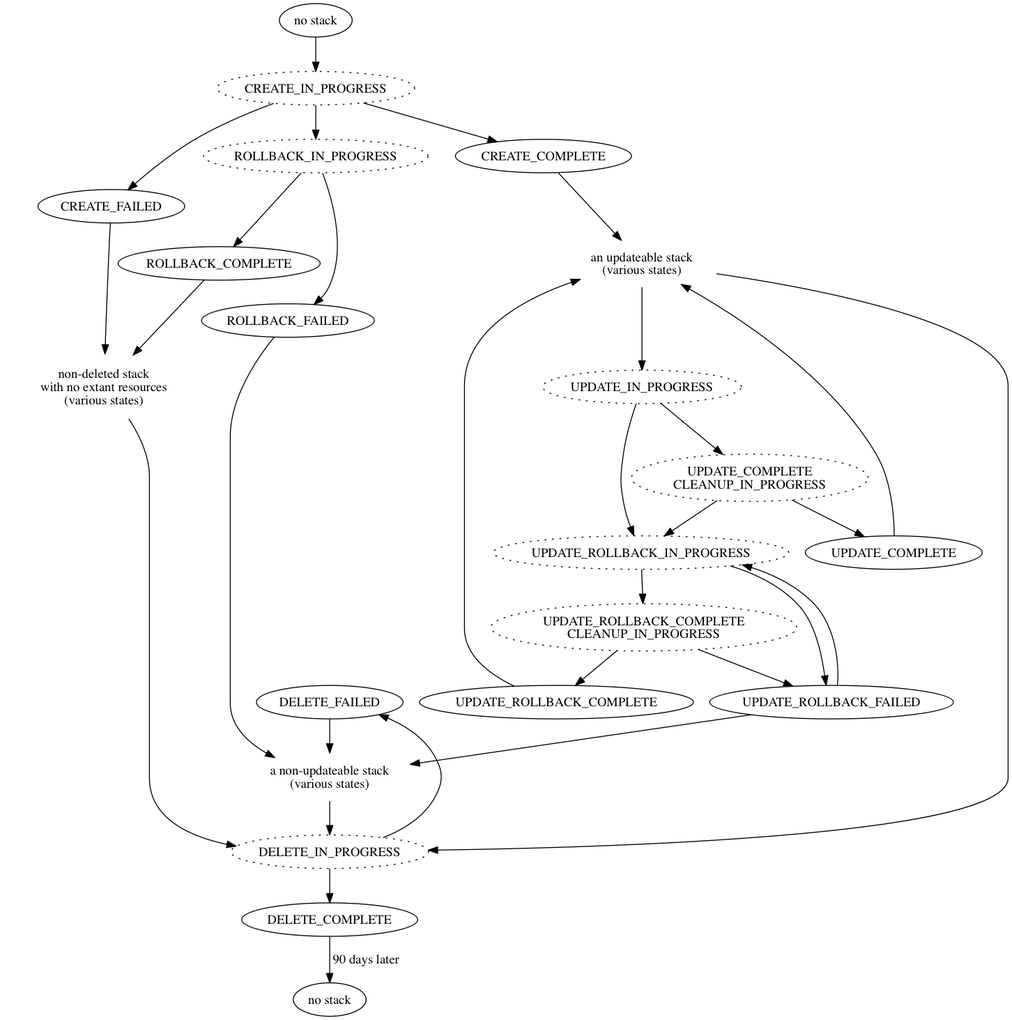
Before: all-states.png, a diagram exported from Graphviz (rvedotrc/aws-cloudformation-stack-states). Its source is kept beside it as all-states.dot.
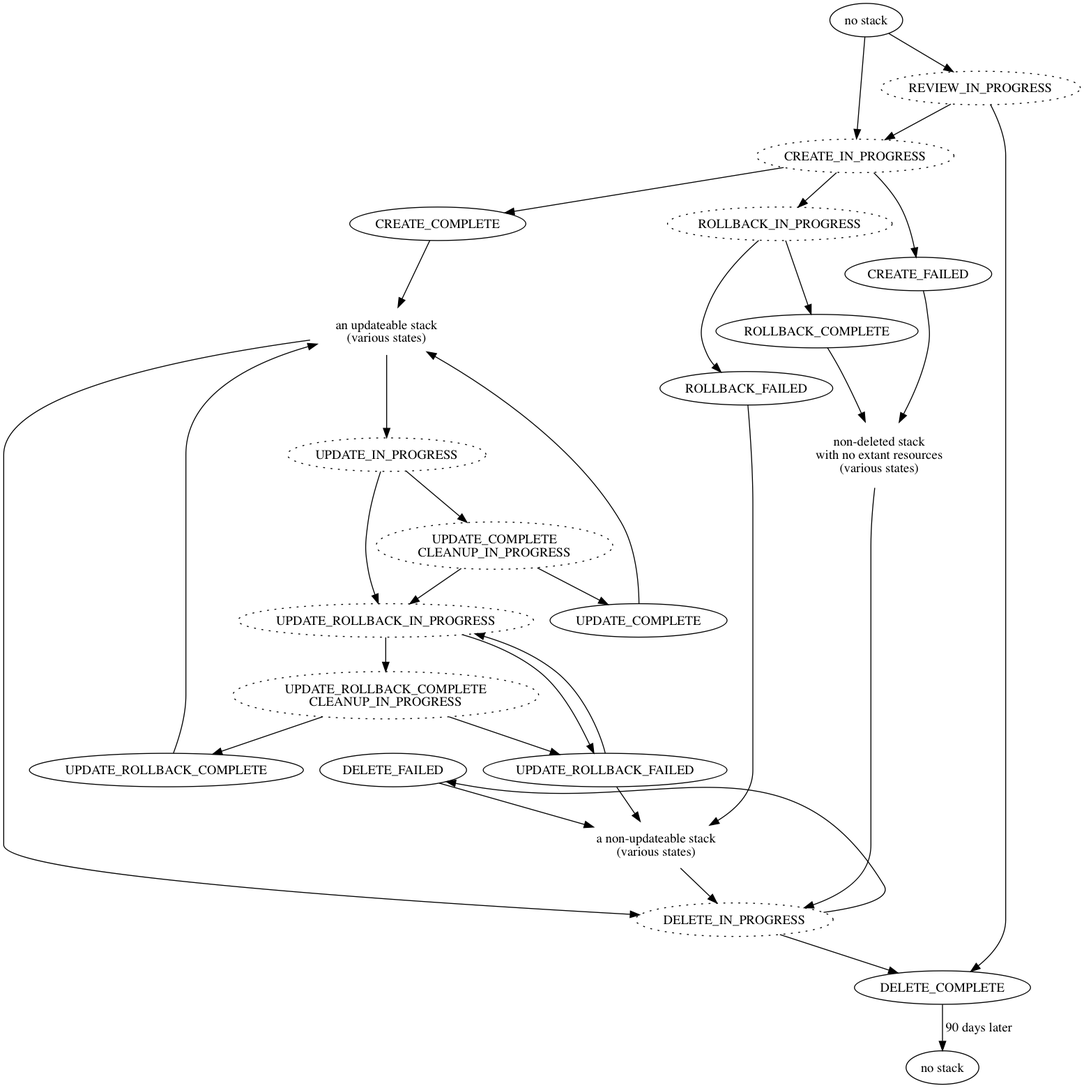
After the change.

Commit message:
Add the REVIEW_IN_PROGRESS state (change sets)

What changed in the source:
```diff
@@ -15,6 +15,7 @@
   empty_stack -> DELETE_IN_PROGRESS [ layer="sad" ]
 
   CREATE_COMPLETE [ layer="happy" ]
+  REVIEW_IN_PROGRESS [ layer="happy" style=dotted ]
   CREATE_IN_PROGRESS [ layer="happy" style=dotted ]
   CREATE_FAILED [ layer="sad" ]
   DELETE_COMPLETE [ layer="happy" ]
@@ -33,8 +34,11 @@
 
   edge [layer=happy];
   before_existence -> CREATE_IN_PROGRESS
+  before_existence -> REVIEW_IN_PROGRESS -> CREATE_IN_PROGRESS
   CREATE_IN_PROGRESS -> CREATE_COMPLETE
   CREATE_COMPLETE -> updateable_stack
+
+  REVIEW_IN_PROGRESS -> DELETE_COMPLETE
 
   edge [layer=sad];
   CREATE_IN_PROGRESS -> ROLLBACK_IN_PROGRESS -> ROLLBACK_COMPLETE
```
